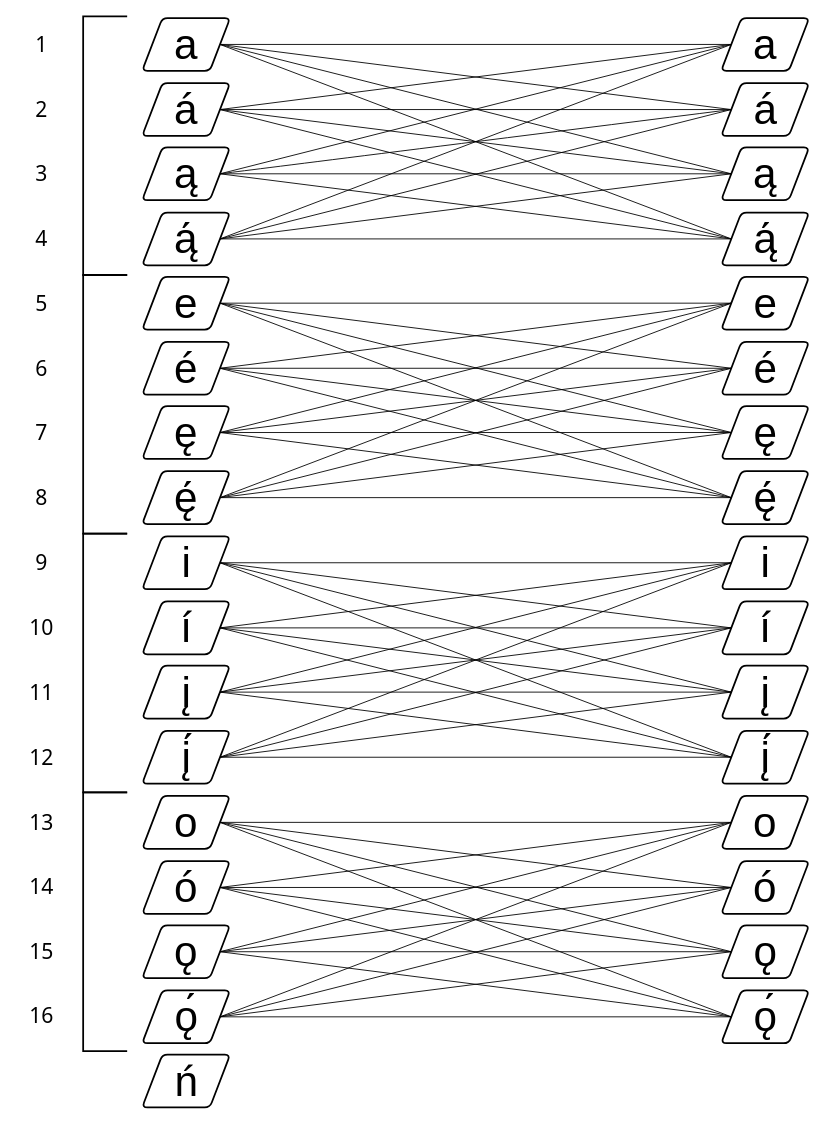
Before: Associated Diagrams/Navaho Vowel Network_v2.drawio in OJB-Quantum/Navaho-Linguistics, a draw.io diagram. Source tidied: cells renumbered, new cells numbered last; positions are measured from the earlier drawing's top-left corner, leaving out a move shared by most shapes. Both pictures are drawn from the tidied source at 88%, with x=0, y=0 at pixel (15, 16).
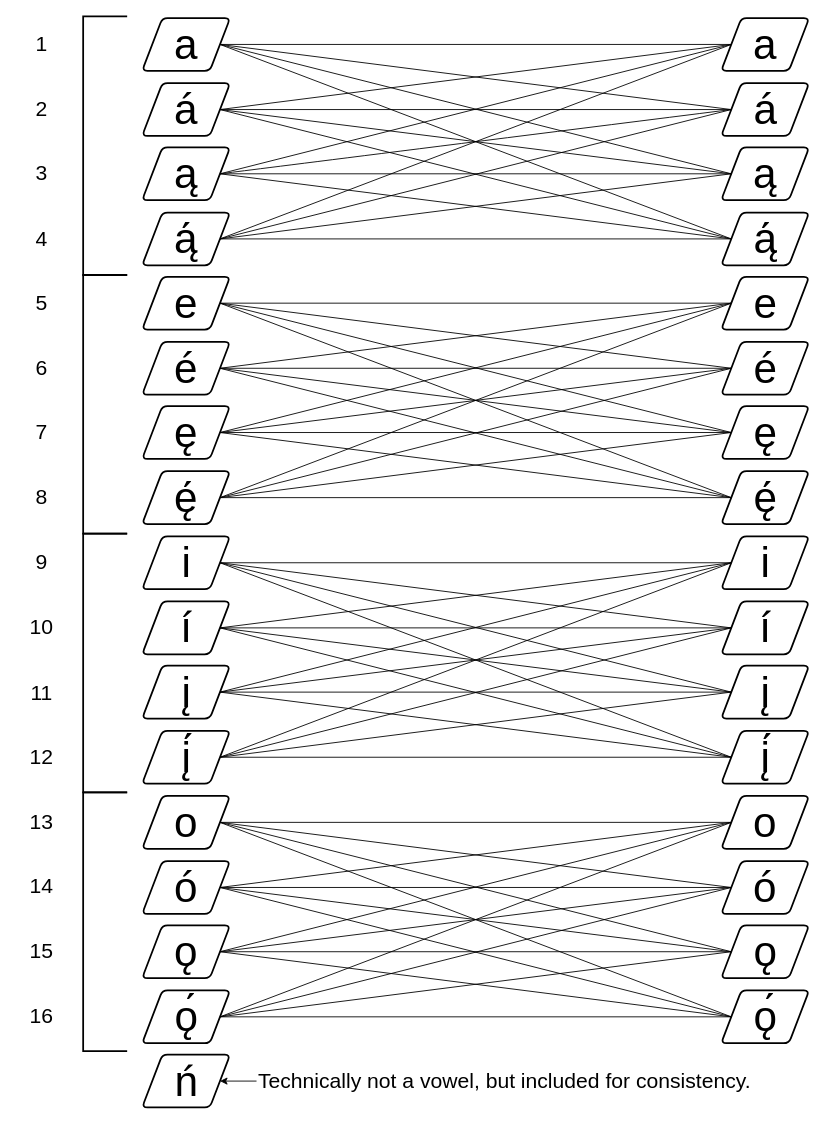
The same page after the edit.

The change refers to these unchanged cells:
```xml
<mxCell id="50" style="shape=parallelogram;html=1;strokeWidth=2;perimeter=parallelogramPerimeter;whiteSpace=wrap;rounded=1;arcSize=12;size=0.23;fontFamily=IBM Plex Sans;" parent="1" vertex="1">
  <mxGeometry x="144" y="1180" width="100" height="60" as="geometry" />
</mxCell>
```

The edit, as a diff of the source:
```diff
@@
-    <mxCell id="95" value="&lt;font face=&quot;Tahoma&quot; style=&quot;font-size: 24px;&quot;&gt;1&lt;/font&gt;" style="text;html=1;strokeColor=none;fillColor=none;align=center;verticalAlign=middle;whiteSpace=wrap;rounded=0;" parent="1" vertex="1">
+    <mxCell id="95" value="&lt;font face=&quot;CMU Serif&quot; style=&quot;font-size: 24px;&quot;&gt;1&lt;/font&gt;" style="text;html=1;strokeColor=none;fillColor=none;align=center;verticalAlign=middle;whiteSpace=wrap;rounded=0;" parent="1" vertex="1">
       <mxGeometry y="17" width="60" height="30" as="geometry" />
     </mxCell>
-    <mxCell id="96" value="&lt;font face=&quot;Tahoma&quot; style=&quot;font-size: 24px;&quot;&gt;2&lt;/font&gt;" style="text;html=1;strokeColor=none;fillColor=none;align=center;verticalAlign=middle;whiteSpace=wrap;rounded=0;" parent="1" vertex="1">
+    <mxCell id="96" value="&lt;font face=&quot;CMU Serif&quot; style=&quot;font-size: 24px;&quot;&gt;2&lt;/font&gt;" style="text;html=1;strokeColor=none;fillColor=none;align=center;verticalAlign=middle;whiteSpace=wrap;rounded=0;" parent="1" vertex="1">
       <mxGeometry y="91" width="60" height="30" as="geometry" />
     </mxCell>
-    <mxCell id="97" value="&lt;font face=&quot;Tahoma&quot; style=&quot;font-size: 24px;&quot;&gt;3&lt;/font&gt;" style="text;html=1;strokeColor=none;fillColor=none;align=center;verticalAlign=middle;whiteSpace=wrap;rounded=0;" parent="1" vertex="1">
+    <mxCell id="97" value="&lt;font face=&quot;CMU Serif&quot; style=&quot;font-size: 24px;&quot;&gt;3&lt;/font&gt;" style="text;html=1;strokeColor=none;fillColor=none;align=center;verticalAlign=middle;whiteSpace=wrap;rounded=0;" parent="1" vertex="1">
       <mxGeometry y="164" width="60" height="30" as="geometry" />
     </mxCell>
-    <mxCell id="98" value="&lt;font face=&quot;Tahoma&quot; style=&quot;font-size: 24px;&quot;&gt;4&lt;/font&gt;" style="text;html=1;strokeColor=none;fillColor=none;align=center;verticalAlign=middle;whiteSpace=wrap;rounded=0;" parent="1" vertex="1">
+    <mxCell id="98" value="&lt;font face=&quot;CMU Serif&quot; style=&quot;font-size: 24px;&quot;&gt;4&lt;/font&gt;" style="text;html=1;strokeColor=none;fillColor=none;align=center;verticalAlign=middle;whiteSpace=wrap;rounded=0;" parent="1" vertex="1">
       <mxGeometry y="238" width="60" height="30" as="geometry" />
     </mxCell>
-    <mxCell id="99" value="&lt;font face=&quot;Tahoma&quot; style=&quot;font-size: 24px;&quot;&gt;5&lt;/font&gt;" style="text;html=1;strokeColor=none;fillColor=none;align=center;verticalAlign=middle;whiteSpace=wrap;rounded=0;" parent="1" vertex="1">
+    <mxCell id="99" value="&lt;font face=&quot;CMU Serif&quot; style=&quot;font-size: 24px;&quot;&gt;5&lt;/font&gt;" style="text;html=1;strokeColor=none;fillColor=none;align=center;verticalAlign=middle;whiteSpace=wrap;rounded=0;" parent="1" vertex="1">
       <mxGeometry y="311" width="60" height="30" as="geometry" />
     </mxCell>
-    <mxCell id="100" value="&lt;font face=&quot;Tahoma&quot; style=&quot;font-size: 24px;&quot;&gt;6&lt;/font&gt;" style="text;html=1;strokeColor=none;fillColor=none;align=center;verticalAlign=middle;whiteSpace=wrap;rounded=0;" parent="1" vertex="1">
+    <mxCell id="100" value="&lt;font face=&quot;CMU Serif&quot; style=&quot;font-size: 24px;&quot;&gt;6&lt;/font&gt;" style="text;html=1;strokeColor=none;fillColor=none;align=center;verticalAlign=middle;whiteSpace=wrap;rounded=0;" parent="1" vertex="1">
       <mxGeometry y="385" width="60" height="30" as="geometry" />
     </mxCell>
-    <mxCell id="101" value="&lt;font face=&quot;Tahoma&quot; style=&quot;font-size: 24px;&quot;&gt;7&lt;/font&gt;" style="text;html=1;strokeColor=none;fillColor=none;align=center;verticalAlign=middle;whiteSpace=wrap;rounded=0;" parent="1" vertex="1">
+    <mxCell id="101" value="&lt;font face=&quot;CMU Serif&quot; style=&quot;font-size: 24px;&quot;&gt;7&lt;/font&gt;" style="text;html=1;strokeColor=none;fillColor=none;align=center;verticalAlign=middle;whiteSpace=wrap;rounded=0;" parent="1" vertex="1">
       <mxGeometry y="458" width="60" height="30" as="geometry" />
     </mxCell>
-    <mxCell id="102" value="&lt;font face=&quot;Tahoma&quot; style=&quot;font-size: 24px;&quot;&gt;8&lt;/font&gt;" style="text;html=1;strokeColor=none;fillColor=none;align=center;verticalAlign=middle;whiteSpace=wrap;rounded=0;" parent="1" vertex="1">
+    <mxCell id="102" value="&lt;font face=&quot;CMU Serif&quot; style=&quot;font-size: 24px;&quot;&gt;8&lt;/font&gt;" style="text;html=1;strokeColor=none;fillColor=none;align=center;verticalAlign=middle;whiteSpace=wrap;rounded=0;" parent="1" vertex="1">
       <mxGeometry y="532" width="60" height="30" as="geometry" />
     </mxCell>
-    <mxCell id="103" value="&lt;font face=&quot;Tahoma&quot; style=&quot;font-size: 24px;&quot;&gt;9&lt;/font&gt;" style="text;html=1;strokeColor=none;fillColor=none;align=center;verticalAlign=middle;whiteSpace=wrap;rounded=0;" parent="1" vertex="1">
+    <mxCell id="103" value="&lt;font face=&quot;CMU Serif&quot; style=&quot;font-size: 24px;&quot;&gt;9&lt;/font&gt;" style="text;html=1;strokeColor=none;fillColor=none;align=center;verticalAlign=middle;whiteSpace=wrap;rounded=0;" parent="1" vertex="1">
       <mxGeometry y="606" width="60" height="30" as="geometry" />
     </mxCell>
-    <mxCell id="104" value="&lt;font face=&quot;Tahoma&quot; style=&quot;font-size: 24px;&quot;&gt;10&lt;/font&gt;" style="text;html=1;strokeColor=none;fillColor=none;align=center;verticalAlign=middle;whiteSpace=wrap;rounded=0;" parent="1" vertex="1">
+    <mxCell id="104" value="&lt;font face=&quot;CMU Serif&quot; style=&quot;font-size: 24px;&quot;&gt;10&lt;/font&gt;" style="text;html=1;strokeColor=none;fillColor=none;align=center;verticalAlign=middle;whiteSpace=wrap;rounded=0;" parent="1" vertex="1">
       <mxGeometry y="680" width="60" height="30" as="geometry" />
     </mxCell>
-    <mxCell id="105" value="&lt;font face=&quot;Tahoma&quot; style=&quot;font-size: 24px;&quot;&gt;11&lt;/font&gt;" style="text;html=1;strokeColor=none;fillColor=none;align=center;verticalAlign=middle;whiteSpace=wrap;rounded=0;" parent="1" vertex="1">
+    <mxCell id="105" value="&lt;font face=&quot;CMU Serif&quot; style=&quot;font-size: 24px;&quot;&gt;11&lt;/font&gt;" style="text;html=1;strokeColor=none;fillColor=none;align=center;verticalAlign=middle;whiteSpace=wrap;rounded=0;" parent="1" vertex="1">
       <mxGeometry y="754" width="60" height="30" as="geometry" />
     </mxCell>
-    <mxCell id="106" value="&lt;font face=&quot;Tahoma&quot; style=&quot;font-size: 24px;&quot;&gt;12&lt;/font&gt;" style="text;html=1;strokeColor=none;fillColor=none;align=center;verticalAlign=middle;whiteSpace=wrap;rounded=0;" parent="1" vertex="1">
+    <mxCell id="106" value="&lt;font face=&quot;CMU Serif&quot; style=&quot;font-size: 24px;&quot;&gt;12&lt;/font&gt;" style="text;html=1;strokeColor=none;fillColor=none;align=center;verticalAlign=middle;whiteSpace=wrap;rounded=0;" parent="1" vertex="1">
       <mxGeometry y="827" width="60" height="30" as="geometry" />
     </mxCell>
-    <mxCell id="107" value="&lt;font face=&quot;Tahoma&quot; style=&quot;font-size: 24px;&quot;&gt;13&lt;/font&gt;" style="text;html=1;strokeColor=none;fillColor=none;align=center;verticalAlign=middle;whiteSpace=wrap;rounded=0;" parent="1" vertex="1">
+    <mxCell id="107" value="&lt;font face=&quot;CMU Serif&quot; style=&quot;font-size: 24px;&quot;&gt;13&lt;/font&gt;" style="text;html=1;strokeColor=none;fillColor=none;align=center;verticalAlign=middle;whiteSpace=wrap;rounded=0;" parent="1" vertex="1">
       <mxGeometry y="901" width="60" height="30" as="geometry" />
     </mxCell>
-    <mxCell id="108" value="&lt;font face=&quot;Tahoma&quot; style=&quot;font-size: 24px;&quot;&gt;14&lt;/font&gt;" style="text;html=1;strokeColor=none;fillColor=none;align=center;verticalAlign=middle;whiteSpace=wrap;rounded=0;" parent="1" vertex="1">
+    <mxCell id="108" value="&lt;font face=&quot;CMU Serif&quot; style=&quot;font-size: 24px;&quot;&gt;14&lt;/font&gt;" style="text;html=1;strokeColor=none;fillColor=none;align=center;verticalAlign=middle;whiteSpace=wrap;rounded=0;" parent="1" vertex="1">
       <mxGeometry y="974" width="60" height="30" as="geometry" />
     </mxCell>
-    <mxCell id="109" value="&lt;font face=&quot;Tahoma&quot; style=&quot;font-size: 24px;&quot;&gt;15&lt;/font&gt;" style="text;html=1;strokeColor=none;fillColor=none;align=center;verticalAlign=middle;whiteSpace=wrap;rounded=0;" parent="1" vertex="1">
+    <mxCell id="109" value="&lt;font face=&quot;CMU Serif&quot; style=&quot;font-size: 24px;&quot;&gt;15&lt;/font&gt;" style="text;html=1;strokeColor=none;fillColor=none;align=center;verticalAlign=middle;whiteSpace=wrap;rounded=0;" parent="1" vertex="1">
       <mxGeometry y="1048" width="60" height="30" as="geometry" />
     </mxCell>
-    <mxCell id="110" value="&lt;font face=&quot;Tahoma&quot; style=&quot;font-size: 24px;&quot;&gt;16&lt;/font&gt;" style="text;html=1;strokeColor=none;fillColor=none;align=center;verticalAlign=middle;whiteSpace=wrap;rounded=0;" parent="1" vertex="1">
+    <mxCell id="110" value="&lt;font face=&quot;CMU Serif&quot; style=&quot;font-size: 24px;&quot;&gt;16&lt;/font&gt;" style="text;html=1;strokeColor=none;fillColor=none;align=center;verticalAlign=middle;whiteSpace=wrap;rounded=0;" parent="1" vertex="1">
       <mxGeometry y="1121" width="60" height="30" as="geometry" />
     </mxCell>
@@
+    <mxCell id="152" value="&lt;font face=&quot;CMU Serif&quot; style=&quot;font-size: 24px;&quot;&gt;Technically not a vowel, but included for consistency.&lt;/font&gt;" style="text;strokeColor=none;align=center;fillColor=none;html=1;verticalAlign=middle;whiteSpace=wrap;rounded=0;" parent="1" vertex="1">
+      <mxGeometry x="274" y="1195" width="564" height="30" as="geometry" />
+    </mxCell>
+    <mxCell id="153" style="endArrow=classic;html=1;rounded=0;entryX=1;entryY=0.5;entryDx=0;entryDy=0;exitX=0;exitY=0.5;exitDx=0;exitDy=0;" parent="1" edge="1" source="152" target="50">
+      <mxGeometry relative="1" as="geometry" />
+    </mxCell>
```
